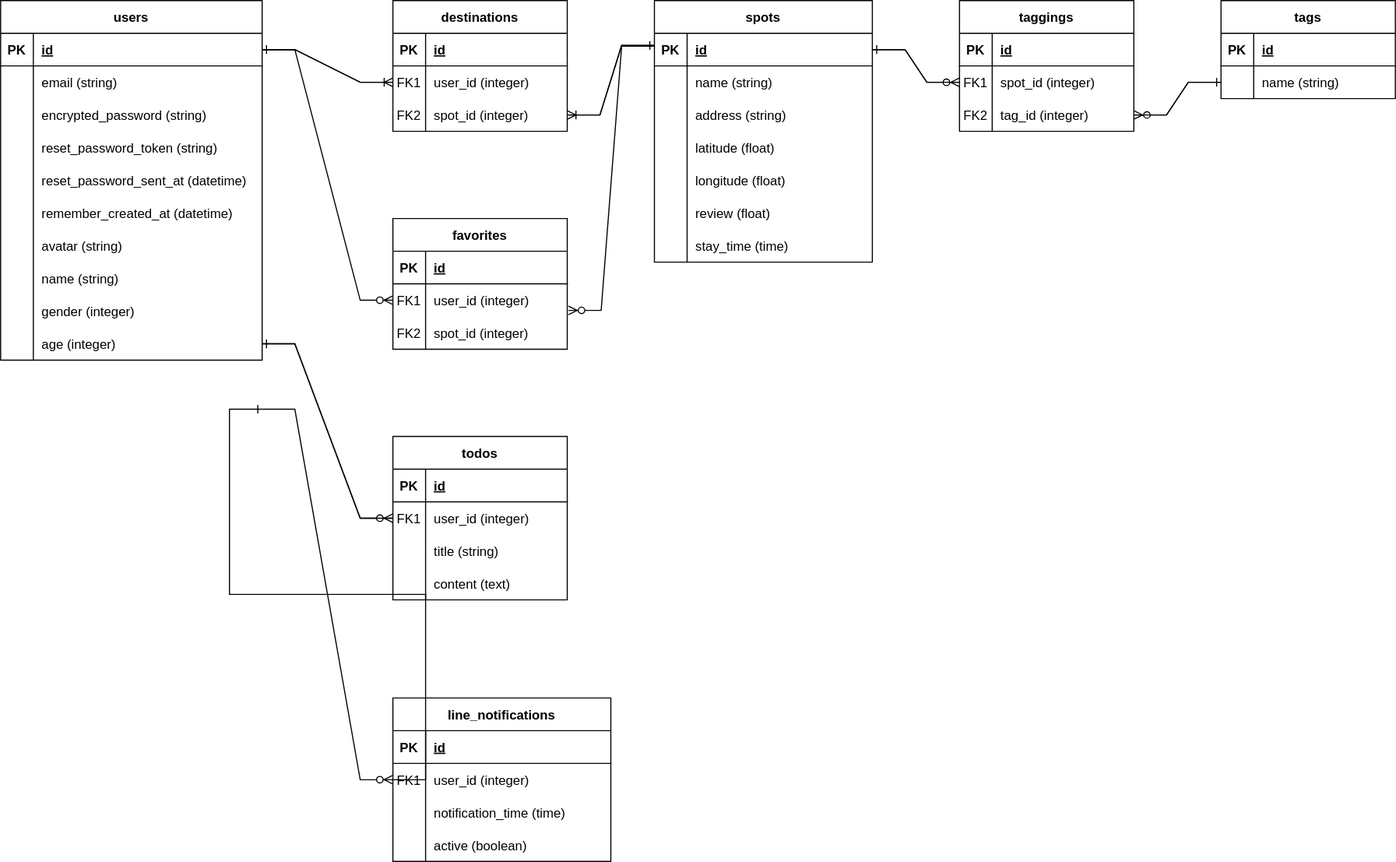
The draw.io diagram ER_diagram.drawio.svg in yu70-m5d/free-time-navigator, before a commit. Source tidied: cells renumbered, new cells last; positions are measured from the earlier drawing's top-left corner, leaving out a move shared by most shapes.
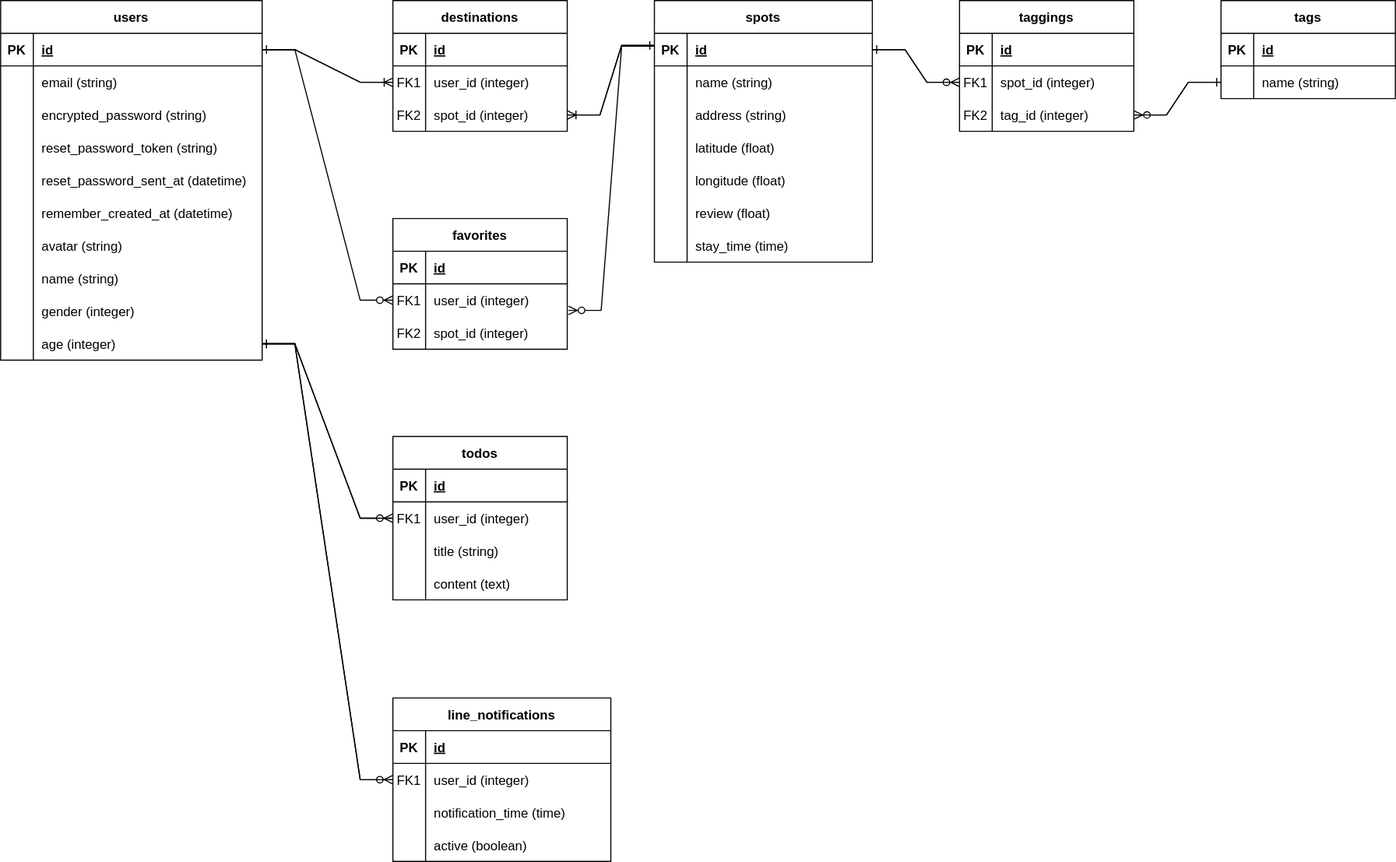
After the change.

Change to the diagram source:
```diff
@@ -395,14 +395,11 @@
     <mxCell id="129" style="edgeStyle=entityRelationEdgeStyle;fontSize=12;html=1;endArrow=ERone;endFill=1;rounded=0;entryX=0;entryY=0.5;entryDx=0;entryDy=0;exitX=1;exitY=0.5;exitDx=0;exitDy=0;" parent="1" edge="1" source="110" target="69">
       <mxGeometry relative="1" as="geometry" />
     </mxCell>
-    <mxCell id="130" style="edgeStyle=entityRelationEdgeStyle;fontSize=12;html=1;endArrow=ERzeroToMany;endFill=1;rounded=0;entryX=0;entryY=0.5;entryDx=0;entryDy=0;exitX=1;exitY=0.5;exitDx=0;exitDy=0;" parent="1" edge="1" target="117">
-      <mxGeometry relative="1" as="geometry">
-        <mxPoint x="240" y="375" as="sourcePoint" />
-      </mxGeometry>
+    <mxCell id="130" style="edgeStyle=entityRelationEdgeStyle;fontSize=12;html=1;endArrow=ERzeroToMany;endFill=1;rounded=0;entryX=0;entryY=0.5;entryDx=0;entryDy=0;exitX=1;exitY=0.5;exitDx=0;exitDy=0;" parent="1" edge="1" source="62" target="117">
+      <mxGeometry relative="1" as="geometry" />
     </mxCell>
-    <mxCell id="131" style="edgeStyle=entityRelationEdgeStyle;fontSize=12;html=1;endArrow=ERone;endFill=1;rounded=0;entryX=1;entryY=0.5;entryDx=0;entryDy=0;exitX=0;exitY=0.5;exitDx=0;exitDy=0;" parent="1" edge="1" source="117">
+    <mxCell id="131" style="edgeStyle=entityRelationEdgeStyle;fontSize=12;html=1;endArrow=ERone;endFill=1;rounded=0;entryX=1;entryY=0.5;entryDx=0;entryDy=0;exitX=0;exitY=0.5;exitDx=0;exitDy=0;" parent="1" edge="1" source="117" target="62">
       <mxGeometry relative="1" as="geometry">
-        <mxPoint x="240" y="375" as="targetPoint" />
         <Array as="points">
           <mxPoint x="260" y="400" />
           <mxPoint x="270" y="510" />
```
